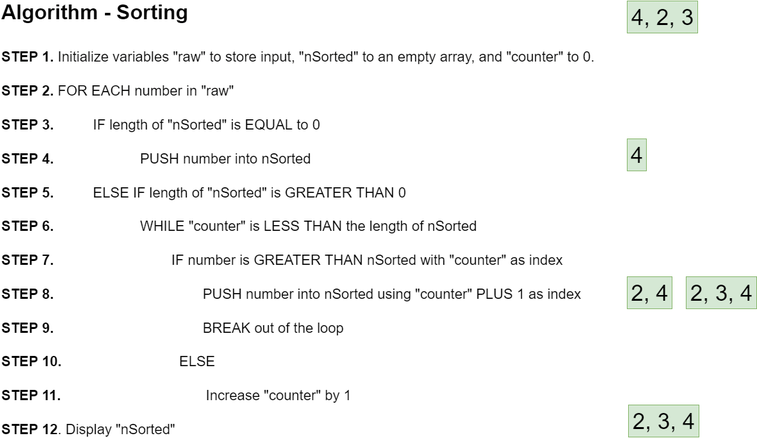
Bongshim/alx-onboarding keeps this draw.io diagram as 0x00-map_your_mind/1-sorting.png. Above is the earlier version. Source tidied: cells renumbered, new cells last; positions are measured from the earlier drawing's top-left corner, leaving out a move shared by most shapes.
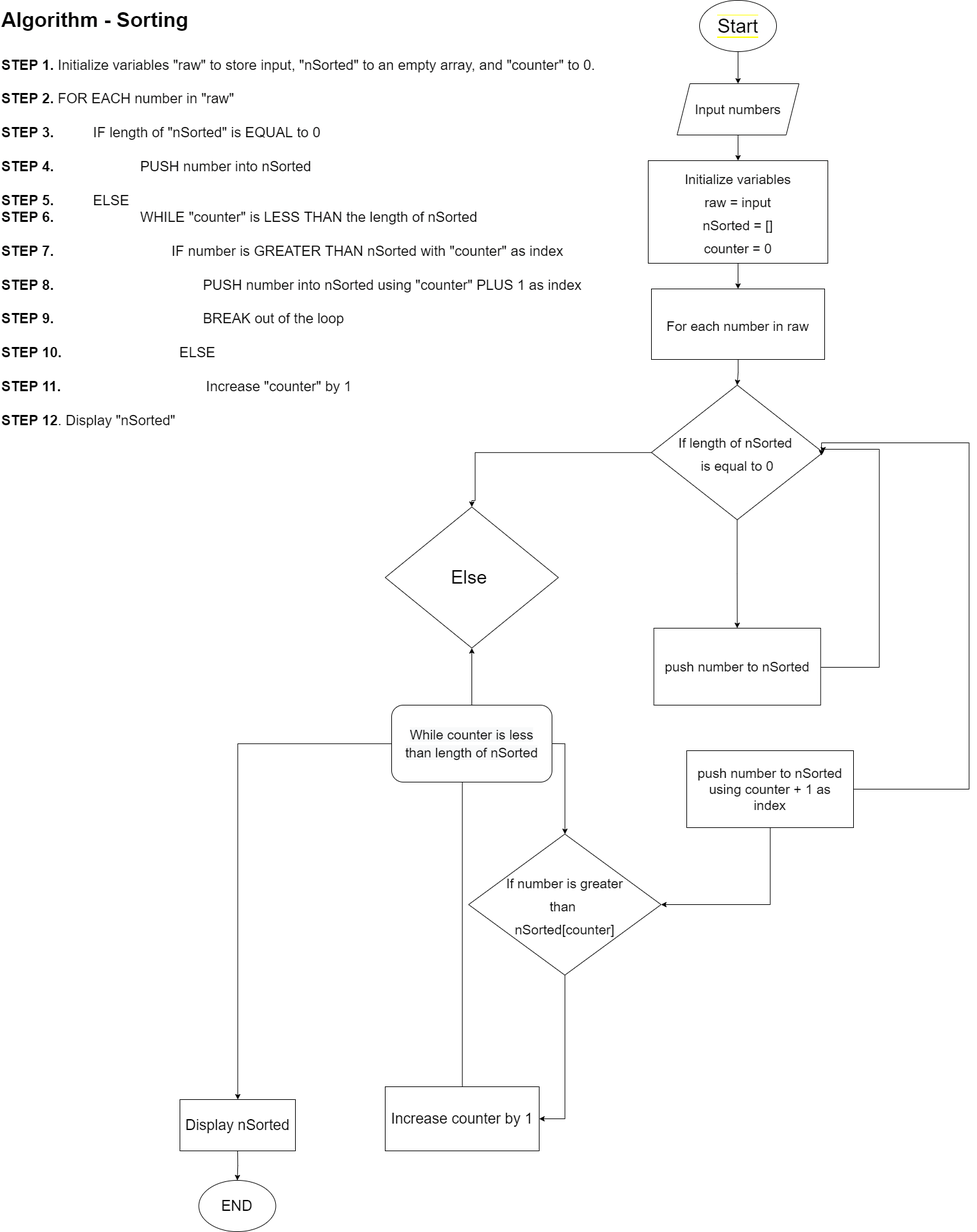
Later version of the same file.

Commit message:
map_your_mind tasks

What changed in the source:
```diff
@@ -2,23 +2,122 @@
   <root>
     <mxCell id="0" />
     <mxCell id="1" parent="0" />
-    <mxCell id="2" value="&lt;div style=&quot;font-size: 32px&quot;&gt;&lt;b&gt;&lt;font style=&quot;font-size: 32px&quot;&gt;Algorithm - Sorting&lt;/font&gt;&lt;/b&gt;&lt;/div&gt;&lt;div style=&quot;font-size: 32px&quot;&gt;&lt;br&gt;&lt;/div&gt;&lt;div&gt;&lt;b&gt;STEP 1.&lt;/b&gt; Initialize variables &quot;raw&quot; to store input, &quot;nSorted&quot; to an empty array, and &quot;counter&quot; to 0.&lt;/div&gt;&lt;div&gt;&lt;br&gt;&lt;/div&gt;&lt;div&gt;&lt;b&gt;STEP 2.&lt;/b&gt; FOR EACH number in &quot;raw&quot;&lt;/div&gt;&lt;div&gt;&lt;br&gt;&lt;/div&gt;&lt;div&gt;&lt;b&gt;STEP 3.&lt;/b&gt;&amp;nbsp; &amp;nbsp; &amp;nbsp; &amp;nbsp; &amp;nbsp; IF length of &quot;nSorted&quot; is EQUAL to 0&amp;nbsp;&lt;/div&gt;&lt;div&gt;&lt;br&gt;&lt;/div&gt;&lt;div&gt;&lt;b&gt;STEP 4.&amp;nbsp; &lt;/b&gt;&amp;nbsp; &amp;nbsp; &amp;nbsp; &amp;nbsp; &amp;nbsp; &amp;nbsp; &amp;nbsp; &amp;nbsp; &amp;nbsp; &amp;nbsp; PUSH number into nSorted&lt;/div&gt;&lt;div&gt;&lt;br&gt;&lt;/div&gt;&lt;div&gt;&lt;b&gt;STEP 5.&amp;nbsp;&lt;/b&gt; &amp;nbsp; &amp;nbsp; &amp;nbsp; &amp;nbsp; ELSE IF length of &quot;nSorted&quot; is GREATER THAN 0&lt;/div&gt;&lt;div&gt;&lt;br&gt;&lt;/div&gt;&lt;div&gt;&lt;b&gt;STEP 6.&lt;/b&gt;&amp;nbsp; &amp;nbsp; &amp;nbsp; &amp;nbsp; &amp;nbsp; &amp;nbsp; &amp;nbsp; &amp;nbsp; &amp;nbsp; &amp;nbsp; &amp;nbsp; WHILE &quot;counter&quot; is LESS THAN the length of nSorted&lt;/div&gt;&lt;div&gt;&lt;br&gt;&lt;/div&gt;&lt;div&gt;&lt;b&gt;STEP 7.&lt;/b&gt;&amp;nbsp; &amp;nbsp; &amp;nbsp; &amp;nbsp; &amp;nbsp; &amp;nbsp; &amp;nbsp; &amp;nbsp; &amp;nbsp; &amp;nbsp; &amp;nbsp; &amp;nbsp; &amp;nbsp; &amp;nbsp; &amp;nbsp; IF number is GREATER THAN nSorted with &quot;counter&quot; as index&lt;/div&gt;&lt;div&gt;&lt;br&gt;&lt;/div&gt;&lt;div&gt;&lt;b&gt;STEP 8.&lt;/b&gt;&amp;nbsp; &amp;nbsp; &amp;nbsp; &amp;nbsp; &amp;nbsp; &amp;nbsp; &amp;nbsp; &amp;nbsp; &amp;nbsp; &amp;nbsp; &amp;nbsp; &amp;nbsp; &amp;nbsp; &amp;nbsp; &amp;nbsp; &amp;nbsp; &amp;nbsp; &amp;nbsp; &amp;nbsp; PUSH number into nSorted using &quot;counter&quot; PLUS 1 as index&lt;/div&gt;&lt;div&gt;&lt;br&gt;&lt;/div&gt;&lt;div&gt;&lt;b&gt;STEP 9.&amp;nbsp;&lt;/b&gt; &amp;nbsp; &amp;nbsp; &amp;nbsp; &amp;nbsp; &amp;nbsp; &amp;nbsp; &amp;nbsp; &amp;nbsp; &amp;nbsp; &amp;nbsp; &amp;nbsp; &amp;nbsp; &amp;nbsp; &amp;nbsp; &amp;nbsp; &amp;nbsp; &amp;nbsp; &amp;nbsp; BREAK out of the loop&lt;/div&gt;&lt;div&gt;&lt;br&gt;&lt;/div&gt;&lt;div&gt;&lt;b&gt;STEP 10.&lt;/b&gt;&amp;nbsp; &amp;nbsp; &amp;nbsp; &amp;nbsp; &amp;nbsp; &amp;nbsp; &amp;nbsp; &amp;nbsp; &amp;nbsp; &amp;nbsp; &amp;nbsp; &amp;nbsp; &amp;nbsp; &amp;nbsp; &amp;nbsp; ELSE&lt;/div&gt;&lt;div&gt;&lt;br&gt;&lt;/div&gt;&lt;div&gt;&lt;b&gt;STEP 11.&amp;nbsp;&lt;/b&gt; &amp;nbsp; &amp;nbsp; &amp;nbsp; &amp;nbsp; &amp;nbsp; &amp;nbsp; &amp;nbsp; &amp;nbsp; &amp;nbsp; &amp;nbsp; &amp;nbsp; &amp;nbsp; &amp;nbsp; &amp;nbsp; &amp;nbsp; &amp;nbsp; &amp;nbsp; &amp;nbsp;Increase &quot;counter&quot; by 1&lt;/div&gt;&lt;div&gt;&lt;br&gt;&lt;/div&gt;&lt;div&gt;&lt;b&gt;STEP 12&lt;/b&gt;. Display &quot;nSorted&quot;&lt;/div&gt;" style="text;html=1;align=left;verticalAlign=middle;strokeColor=none;fillColor=none;fontSize=22;" parent="1" vertex="1">
-      <mxGeometry y="10" width="940" height="660" as="geometry" />
-    </mxCell>
-    <mxCell id="3" value="4" style="text;html=1;align=center;verticalAlign=middle;strokeColor=#82b366;fillColor=#d5e8d4;fontSize=35;" parent="1" vertex="1">
-      <mxGeometry x="978" y="215" width="30" height="50" as="geometry" />
-    </mxCell>
-    <mxCell id="4" value="4, 2, 3" style="text;html=1;align=center;verticalAlign=middle;strokeColor=#82b366;fillColor=#d5e8d4;fontSize=35;" parent="1" vertex="1">
-      <mxGeometry x="978" width="110" height="50" as="geometry" />
-    </mxCell>
-    <mxCell id="5" value="2, 4" style="text;html=1;align=center;verticalAlign=middle;strokeColor=#82b366;fillColor=#d5e8d4;fontSize=35;" parent="1" vertex="1">
-      <mxGeometry x="978" y="430" width="70" height="50" as="geometry" />
-    </mxCell>
-    <mxCell id="6" value="2, 3, 4" style="text;html=1;align=center;verticalAlign=middle;strokeColor=#82b366;fillColor=#d5e8d4;fontSize=35;" parent="1" vertex="1">
-      <mxGeometry x="1070" y="430" width="110" height="50" as="geometry" />
-    </mxCell>
-    <mxCell id="7" value="2, 3, 4" style="text;html=1;align=center;verticalAlign=middle;strokeColor=#82b366;fillColor=#d5e8d4;fontSize=35;" parent="1" vertex="1">
-      <mxGeometry x="980" y="630" width="110" height="50" as="geometry" />
-    </mxCell>
+    <mxCell id="8" style="edgeStyle=orthogonalEdgeStyle;rounded=0;jettySize=auto;html=1;fontSize=21;entryX=0.5;entryY=0;entryDx=0;entryDy=0;" parent="1" edge="1" source="9" target="13">
+      <mxGeometry relative="1" as="geometry" />
+    </mxCell>
+    <mxCell id="9" value="&lt;span style=&quot;background-color: rgb(255 , 255 , 255)&quot;&gt;Start&lt;/span&gt;" style="ellipse;whiteSpace=wrap;html=1;labelBackgroundColor=#FFFF00;fontSize=30;" parent="1" vertex="1">
+      <mxGeometry x="1130" y="-70" width="120" height="80" as="geometry" />
+    </mxCell>
+    <mxCell id="10" style="edgeStyle=orthogonalEdgeStyle;rounded=0;jettySize=auto;html=1;fontSize=21;" parent="1" edge="1" source="11" target="18">
+      <mxGeometry relative="1" as="geometry" />
+    </mxCell>
+    <mxCell id="11" value="&lt;font style=&quot;font-size: 21px&quot;&gt;&lt;span&gt;Initialize variables&lt;br&gt;raw = input&lt;br&gt;nSorted = []&lt;br&gt;counter = 0&lt;/span&gt;&lt;br&gt;&lt;/font&gt;" style="whiteSpace=wrap;html=1;fontSize=30;labelBackgroundColor=#FFFFFF;" parent="1" vertex="1">
+      <mxGeometry x="1050" y="180" width="280" height="160" as="geometry" />
+    </mxCell>
+    <mxCell id="12" style="edgeStyle=orthogonalEdgeStyle;rounded=0;jettySize=auto;html=1;entryX=0.5;entryY=0;entryDx=0;entryDy=0;fontSize=21;" parent="1" edge="1" source="13" target="11">
+      <mxGeometry relative="1" as="geometry" />
+    </mxCell>
+    <mxCell id="13" value="Input numbers" style="shape=parallelogram;perimeter=parallelogramPerimeter;whiteSpace=wrap;html=1;fixedSize=1;labelBackgroundColor=#FFFFFF;fontSize=21;" parent="1" vertex="1">
+      <mxGeometry x="1095" y="60" width="190" height="80" as="geometry" />
+    </mxCell>
+    <mxCell id="14" style="edgeStyle=orthogonalEdgeStyle;rounded=0;jettySize=auto;html=1;fontSize=21;entryX=0.5;entryY=0;entryDx=0;entryDy=0;" parent="1" edge="1" source="16" target="20">
+      <mxGeometry relative="1" as="geometry" />
+    </mxCell>
+    <mxCell id="15" style="edgeStyle=orthogonalEdgeStyle;rounded=0;jettySize=auto;html=1;fontSize=21;entryX=0.5;entryY=0;entryDx=0;entryDy=0;" parent="1" edge="1" source="16" target="22">
+      <mxGeometry relative="1" as="geometry">
+        <Array as="points">
+          <mxPoint x="780" y="635" />
+          <mxPoint x="780" y="710" />
+        </Array>
+      </mxGeometry>
+    </mxCell>
+    <mxCell id="16" value="&lt;span style=&quot;font-size: 21px&quot;&gt;If length of nSorted&amp;nbsp;&lt;br&gt;is equal to 0&lt;br&gt;&lt;/span&gt;" style="rhombus;whiteSpace=wrap;html=1;fontSize=30;labelBackgroundColor=none;" parent="1" vertex="1">
+      <mxGeometry x="1055" y="530" width="267.5" height="210" as="geometry" />
+    </mxCell>
+    <mxCell id="17" style="edgeStyle=orthogonalEdgeStyle;rounded=0;jettySize=auto;html=1;fontSize=21;" parent="1" edge="1" source="18" target="16">
+      <mxGeometry relative="1" as="geometry" />
+    </mxCell>
+    <mxCell id="18" value="&lt;font style=&quot;font-size: 21px&quot;&gt;For each number in raw&lt;br&gt;&lt;/font&gt;" style="whiteSpace=wrap;html=1;fontSize=30;labelBackgroundColor=#FFFFFF;" parent="1" vertex="1">
+      <mxGeometry x="1055" y="380" width="270" height="110" as="geometry" />
+    </mxCell>
+    <mxCell id="19" style="edgeStyle=orthogonalEdgeStyle;rounded=0;jettySize=auto;html=1;fontSize=21;entryX=1;entryY=0.5;entryDx=0;entryDy=0;" parent="1" edge="1" source="20" target="16">
+      <mxGeometry relative="1" as="geometry">
+        <Array as="points">
+          <mxPoint x="1410" y="970" />
+          <mxPoint x="1410" y="630" />
+          <mxPoint x="1323" y="630" />
+        </Array>
+      </mxGeometry>
+    </mxCell>
+    <mxCell id="20" value="push number to nSorted" style="rounded=0;whiteSpace=wrap;html=1;labelBackgroundColor=none;fontSize=21;" parent="1" vertex="1">
+      <mxGeometry x="1058.8" y="909" width="260" height="120" as="geometry" />
+    </mxCell>
+    <mxCell id="21" value="&lt;div style=&quot;font-size: 32px&quot;&gt;&lt;b&gt;&lt;font style=&quot;font-size: 32px&quot;&gt;Algorithm - Sorting&lt;/font&gt;&lt;/b&gt;&lt;/div&gt;&lt;div style=&quot;font-size: 32px&quot;&gt;&lt;br&gt;&lt;/div&gt;&lt;div&gt;&lt;b&gt;STEP 1.&lt;/b&gt; Initialize variables &quot;raw&quot; to store input, &quot;nSorted&quot; to an empty array, and &quot;counter&quot; to 0.&lt;/div&gt;&lt;div&gt;&lt;br&gt;&lt;/div&gt;&lt;div&gt;&lt;b&gt;STEP 2.&lt;/b&gt; FOR EACH number in &quot;raw&quot;&lt;/div&gt;&lt;div&gt;&lt;br&gt;&lt;/div&gt;&lt;div&gt;&lt;b&gt;STEP 3.&lt;/b&gt;&amp;nbsp; &amp;nbsp; &amp;nbsp; &amp;nbsp; &amp;nbsp; IF length of &quot;nSorted&quot; is EQUAL to 0&amp;nbsp;&lt;/div&gt;&lt;div&gt;&lt;br&gt;&lt;/div&gt;&lt;div&gt;&lt;b&gt;STEP 4.&amp;nbsp; &lt;/b&gt;&amp;nbsp; &amp;nbsp; &amp;nbsp; &amp;nbsp; &amp;nbsp; &amp;nbsp; &amp;nbsp; &amp;nbsp; &amp;nbsp; &amp;nbsp; PUSH number into nSorted&lt;/div&gt;&lt;div&gt;&lt;br&gt;&lt;/div&gt;&lt;div&gt;&lt;b&gt;STEP 5.&amp;nbsp;&lt;/b&gt; &amp;nbsp; &amp;nbsp; &amp;nbsp; &amp;nbsp; ELSE&amp;nbsp;&lt;/div&gt;&lt;div&gt;&lt;b&gt;STEP 6.&lt;/b&gt;&amp;nbsp; &amp;nbsp; &amp;nbsp; &amp;nbsp; &amp;nbsp; &amp;nbsp; &amp;nbsp; &amp;nbsp; &amp;nbsp; &amp;nbsp; &amp;nbsp; WHILE &quot;counter&quot; is LESS THAN the length of nSorted&lt;/div&gt;&lt;div&gt;&lt;br&gt;&lt;/div&gt;&lt;div&gt;&lt;b&gt;STEP 7.&lt;/b&gt;&amp;nbsp; &amp;nbsp; &amp;nbsp; &amp;nbsp; &amp;nbsp; &amp;nbsp; &amp;nbsp; &amp;nbsp; &amp;nbsp; &amp;nbsp; &amp;nbsp; &amp;nbsp; &amp;nbsp; &amp;nbsp; &amp;nbsp; IF number is GREATER THAN nSorted with &quot;counter&quot; as index&lt;/div&gt;&lt;div&gt;&lt;br&gt;&lt;/div&gt;&lt;div&gt;&lt;b&gt;STEP 8.&lt;/b&gt;&amp;nbsp; &amp;nbsp; &amp;nbsp; &amp;nbsp; &amp;nbsp; &amp;nbsp; &amp;nbsp; &amp;nbsp; &amp;nbsp; &amp;nbsp; &amp;nbsp; &amp;nbsp; &amp;nbsp; &amp;nbsp; &amp;nbsp; &amp;nbsp; &amp;nbsp; &amp;nbsp; &amp;nbsp; PUSH number into nSorted using &quot;counter&quot; PLUS 1 as index&lt;/div&gt;&lt;div&gt;&lt;br&gt;&lt;/div&gt;&lt;div&gt;&lt;b&gt;STEP 9.&amp;nbsp;&lt;/b&gt; &amp;nbsp; &amp;nbsp; &amp;nbsp; &amp;nbsp; &amp;nbsp; &amp;nbsp; &amp;nbsp; &amp;nbsp; &amp;nbsp; &amp;nbsp; &amp;nbsp; &amp;nbsp; &amp;nbsp; &amp;nbsp; &amp;nbsp; &amp;nbsp; &amp;nbsp; &amp;nbsp; BREAK out of the loop&lt;/div&gt;&lt;div&gt;&lt;br&gt;&lt;/div&gt;&lt;div&gt;&lt;b&gt;STEP 10.&lt;/b&gt;&amp;nbsp; &amp;nbsp; &amp;nbsp; &amp;nbsp; &amp;nbsp; &amp;nbsp; &amp;nbsp; &amp;nbsp; &amp;nbsp; &amp;nbsp; &amp;nbsp; &amp;nbsp; &amp;nbsp; &amp;nbsp; &amp;nbsp; ELSE&lt;/div&gt;&lt;div&gt;&lt;br&gt;&lt;/div&gt;&lt;div&gt;&lt;b&gt;STEP 11.&amp;nbsp;&lt;/b&gt; &amp;nbsp; &amp;nbsp; &amp;nbsp; &amp;nbsp; &amp;nbsp; &amp;nbsp; &amp;nbsp; &amp;nbsp; &amp;nbsp; &amp;nbsp; &amp;nbsp; &amp;nbsp; &amp;nbsp; &amp;nbsp; &amp;nbsp; &amp;nbsp; &amp;nbsp; &amp;nbsp;Increase &quot;counter&quot; by 1&lt;/div&gt;&lt;div&gt;&lt;br&gt;&lt;/div&gt;&lt;div&gt;&lt;b&gt;STEP 12&lt;/b&gt;. Display &quot;nSorted&quot;&lt;/div&gt;" style="text;html=1;align=left;verticalAlign=middle;strokeColor=none;fillColor=none;fontSize=22;" parent="1" vertex="1">
+      <mxGeometry x="40" y="-45" width="940" height="630" as="geometry" />
+    </mxCell>
+    <mxCell id="22" value="&lt;font style=&quot;font-size: 29px;&quot;&gt;Else&amp;nbsp;&lt;/font&gt;" style="rhombus;whiteSpace=wrap;html=1;fontSize=29;labelBackgroundColor=none;" parent="1" vertex="1">
+      <mxGeometry x="640" y="720" width="270" height="220" as="geometry" />
+    </mxCell>
+    <mxCell id="23" style="edgeStyle=orthogonalEdgeStyle;rounded=0;jettySize=auto;html=1;fontSize=21;exitX=1;exitY=0.5;exitDx=0;exitDy=0;" parent="1" edge="1" source="33" target="25">
+      <mxGeometry relative="1" as="geometry" />
+    </mxCell>
+    <mxCell id="24" style="edgeStyle=orthogonalEdgeStyle;rounded=0;jettySize=auto;html=1;fontSize=21;" parent="1" edge="1" source="25" target="30">
+      <mxGeometry relative="1" as="geometry">
+        <Array as="points">
+          <mxPoint x="920" y="1674" />
+        </Array>
+      </mxGeometry>
+    </mxCell>
+    <mxCell id="25" value="&lt;font style=&quot;font-size: 21px&quot;&gt;If number is greater&lt;br&gt;than &lt;br&gt;nSorted[counter]&lt;br&gt;&lt;/font&gt;" style="rhombus;whiteSpace=wrap;html=1;fontSize=30;labelBackgroundColor=none;" parent="1" vertex="1">
+      <mxGeometry x="770" y="1230" width="300" height="220" as="geometry" />
+    </mxCell>
+    <mxCell id="26" style="edgeStyle=orthogonalEdgeStyle;rounded=0;jettySize=auto;html=1;entryX=1;entryY=0.5;entryDx=0;entryDy=0;fontSize=21;" parent="1" edge="1" source="28" target="25">
+      <mxGeometry relative="1" as="geometry">
+        <Array as="points">
+          <mxPoint x="1240" y="1340" />
+        </Array>
+      </mxGeometry>
+    </mxCell>
+    <mxCell id="27" style="edgeStyle=orthogonalEdgeStyle;rounded=0;jettySize=auto;html=1;fontSize=21;" parent="1" edge="1" source="28">
+      <mxGeometry relative="1" as="geometry">
+        <mxPoint x="1320" y="640" as="targetPoint" />
+        <Array as="points">
+          <mxPoint x="1550" y="1160" />
+          <mxPoint x="1550" y="620" />
+        </Array>
+      </mxGeometry>
+    </mxCell>
+    <mxCell id="28" value="push number to nSorted&lt;br&gt;using counter + 1 as&lt;br&gt;index" style="rounded=0;whiteSpace=wrap;html=1;labelBackgroundColor=none;fontSize=21;" parent="1" vertex="1">
+      <mxGeometry x="1110" y="1100" width="260" height="120" as="geometry" />
+    </mxCell>
+    <mxCell id="29" style="edgeStyle=orthogonalEdgeStyle;rounded=0;jettySize=auto;html=1;fontSize=23;entryX=0.5;entryY=1;entryDx=0;entryDy=0;" parent="1" edge="1" source="30" target="33">
+      <mxGeometry relative="1" as="geometry">
+        <Array as="points">
+          <mxPoint x="760" y="1100" />
+          <mxPoint x="775" y="1100" />
+        </Array>
+      </mxGeometry>
+    </mxCell>
+    <mxCell id="30" value="Increase counter by 1" style="whiteSpace=wrap;html=1;fontSize=23;labelBackgroundColor=none;" parent="1" vertex="1">
+      <mxGeometry x="640" y="1624" width="240" height="100" as="geometry" />
+    </mxCell>
+    <mxCell id="31" style="edgeStyle=orthogonalEdgeStyle;rounded=0;jettySize=auto;html=1;entryX=0.5;entryY=1;entryDx=0;entryDy=0;fontSize=23;" parent="1" edge="1" source="33" target="22">
+      <mxGeometry relative="1" as="geometry" />
+    </mxCell>
+    <mxCell id="32" style="edgeStyle=orthogonalEdgeStyle;rounded=0;jettySize=auto;html=1;fontSize=23;" parent="1" edge="1" source="33" target="35">
+      <mxGeometry relative="1" as="geometry" />
+    </mxCell>
+    <mxCell id="33" value="&#10;&#10;&lt;span style=&quot;color: rgb(0, 0, 0); font-family: helvetica; font-size: 21px; font-style: normal; font-weight: 400; letter-spacing: normal; text-align: center; text-indent: 0px; text-transform: none; word-spacing: 0px; background-color: rgb(248, 249, 250); display: inline; float: none;&quot;&gt;While counter is less&lt;/span&gt;&lt;br style=&quot;color: rgb(0, 0, 0); font-family: helvetica; font-size: 21px; font-style: normal; font-weight: 400; letter-spacing: normal; text-align: center; text-indent: 0px; text-transform: none; word-spacing: 0px; background-color: rgb(248, 249, 250);&quot;&gt;&lt;span style=&quot;color: rgb(0, 0, 0); font-family: helvetica; font-size: 21px; font-style: normal; font-weight: 400; letter-spacing: normal; text-align: center; text-indent: 0px; text-transform: none; word-spacing: 0px; background-color: rgb(248, 249, 250); display: inline; float: none;&quot;&gt;than length of nSorted&lt;/span&gt;&#10;&#10;" style="rounded=1;whiteSpace=wrap;html=1;labelBackgroundColor=none;fontSize=23;" parent="1" vertex="1">
+      <mxGeometry x="650" y="1029" width="250" height="120" as="geometry" />
+    </mxCell>
+    <mxCell id="34" style="edgeStyle=orthogonalEdgeStyle;rounded=0;jettySize=auto;html=1;exitX=0.5;exitY=1;exitDx=0;exitDy=0;fontSize=23;" parent="1" edge="1" source="35" target="36">
+      <mxGeometry relative="1" as="geometry" />
+    </mxCell>
+    <mxCell id="35" value="Display nSorted" style="rounded=0;whiteSpace=wrap;html=1;labelBackgroundColor=none;fontSize=23;" parent="1" vertex="1">
+      <mxGeometry x="320" y="1644" width="180" height="80" as="geometry" />
+    </mxCell>
+    <mxCell id="36" value="END" style="ellipse;whiteSpace=wrap;html=1;labelBackgroundColor=none;fontSize=23;" parent="1" vertex="1">
+      <mxGeometry x="349.4" y="1770" width="120" height="80" as="geometry" />
+    </mxCell>
   </root>
 </mxGraphModel>
```
